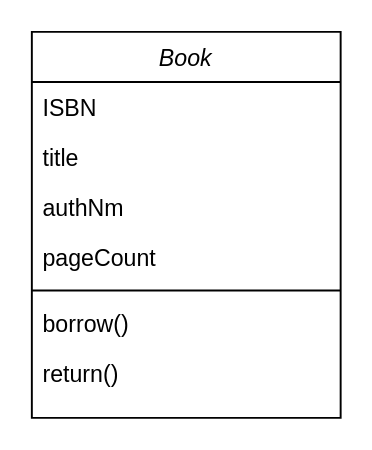
Before: _posts-temp/Untitled Diagram.drawio in ororox/ororox.github.io, a draw.io diagram. Source tidied: cells renumbered, new cells numbered last; positions are measured from the earlier drawing's top-left corner, leaving out a move shared by most shapes. Both pictures are drawn from the tidied source at 193%, with x=0, y=0 at pixel (31, 31).
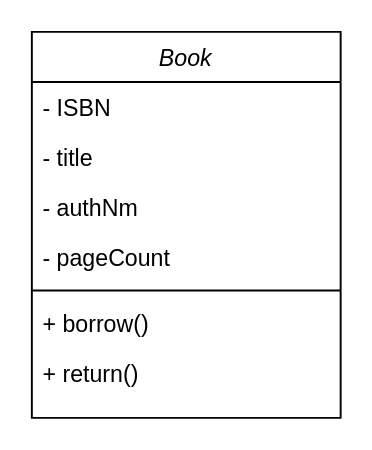
The same diagram, later.

Change to the diagram source:
```diff
@@
 <mxGraphModel>
   <root>
     <mxCell id="0" />
     <mxCell id="1" parent="0" />
     <mxCell id="2" value="Book" style="swimlane;fontStyle=2;align=center;verticalAlign=top;horizontal=1;startSize=26;rounded=0;shadow=0;strokeWidth=1;" parent="1" vertex="1">
       <mxGeometry width="160" height="200" as="geometry" />
     </mxCell>
-    <mxCell id="3" value="ISBN" style="text;align=left;verticalAlign=top;spacingLeft=4;spacingRight=4;overflow=hidden;" parent="2" vertex="1">
+    <mxCell id="3" value="- ISBN" style="text;align=left;verticalAlign=top;spacingLeft=4;spacingRight=4;overflow=hidden;" parent="2" vertex="1">
       <mxGeometry y="26" width="160" height="26" as="geometry" />
     </mxCell>
-    <mxCell id="4" value="title" style="text;align=left;verticalAlign=top;spacingLeft=4;spacingRight=4;overflow=hidden;rounded=0;shadow=0;html=0;" parent="2" vertex="1">
+    <mxCell id="4" value="- title" style="text;align=left;verticalAlign=top;spacingLeft=4;spacingRight=4;overflow=hidden;rounded=0;shadow=0;html=0;" parent="2" vertex="1">
       <mxGeometry y="52" width="160" height="26" as="geometry" />
     </mxCell>
-    <mxCell id="5" value="authNm" style="text;align=left;verticalAlign=top;spacingLeft=4;spacingRight=4;overflow=hidden;rounded=0;shadow=0;html=0;" parent="2" vertex="1">
+    <mxCell id="5" value="- authNm" style="text;align=left;verticalAlign=top;spacingLeft=4;spacingRight=4;overflow=hidden;rounded=0;shadow=0;html=0;" parent="2" vertex="1">
       <mxGeometry y="78" width="160" height="26" as="geometry" />
     </mxCell>
-    <mxCell id="6" value="pageCount" style="text;align=left;verticalAlign=top;spacingLeft=4;spacingRight=4;overflow=hidden;rounded=0;shadow=0;html=0;" parent="2" vertex="1">
+    <mxCell id="6" value="- pageCount" style="text;align=left;verticalAlign=top;spacingLeft=4;spacingRight=4;overflow=hidden;rounded=0;shadow=0;html=0;" parent="2" vertex="1">
       <mxGeometry y="104" width="160" height="26" as="geometry" />
     </mxCell>
     <mxCell id="7" style="line;html=1;strokeWidth=1;align=left;verticalAlign=middle;spacingTop=-1;spacingLeft=3;spacingRight=3;labelPosition=right;" parent="2" vertex="1">
       <mxGeometry y="130" width="160" height="8" as="geometry" />
     </mxCell>
-    <mxCell id="8" value="borrow()" style="text;align=left;verticalAlign=top;spacingLeft=4;spacingRight=4;overflow=hidden;" parent="2" vertex="1">
+    <mxCell id="8" value="+ borrow()" style="text;align=left;verticalAlign=top;spacingLeft=4;spacingRight=4;overflow=hidden;" parent="2" vertex="1">
       <mxGeometry y="138" width="160" height="26" as="geometry" />
     </mxCell>
-    <mxCell id="9" value="return()" style="text;align=left;verticalAlign=top;spacingLeft=4;spacingRight=4;overflow=hidden;" parent="2" vertex="1">
+    <mxCell id="9" value="+ return()" style="text;align=left;verticalAlign=top;spacingLeft=4;spacingRight=4;overflow=hidden;" parent="2" vertex="1">
       <mxGeometry y="164" width="160" height="26" as="geometry" />
     </mxCell>
   </root>
 </mxGraphModel>
```
